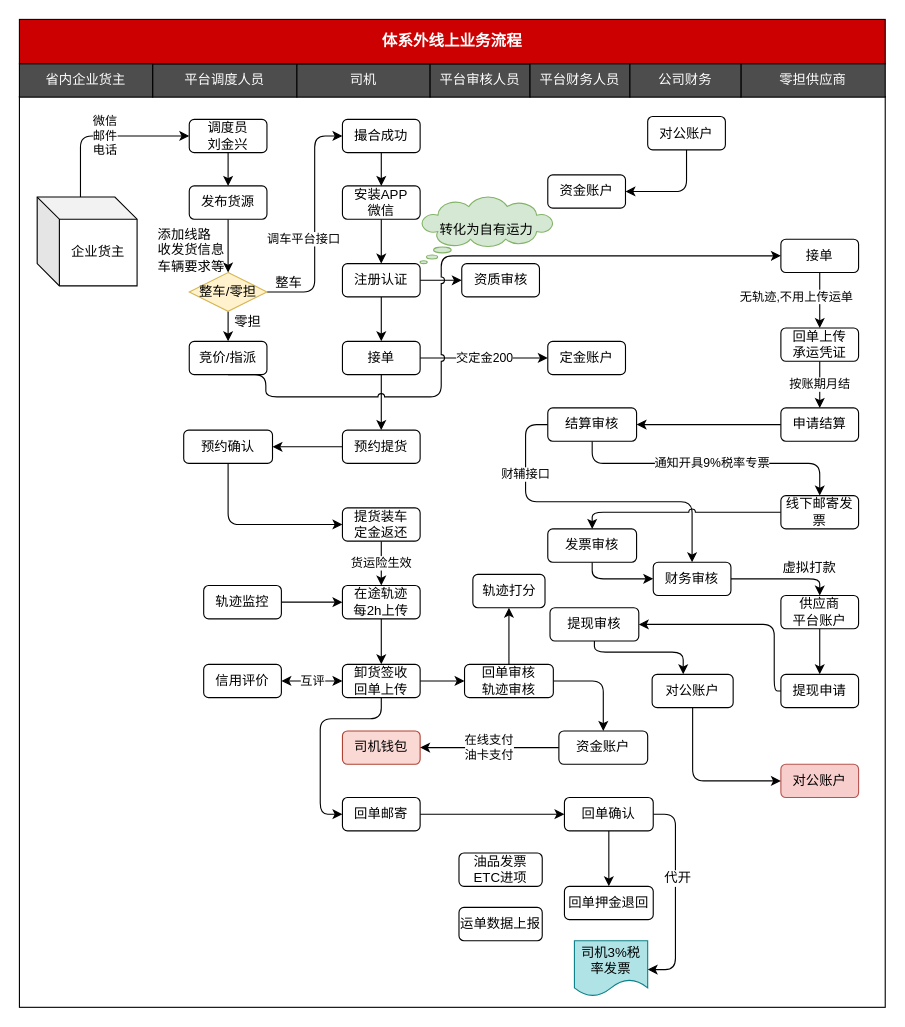
chenyibang/rdpwrap keeps this draw.io diagram as 体系外线上业务流程.drawio. Above is the earlier version. Source tidied: cells renumbered, new cells numbered last; positions are measured from the earlier drawing's top-left corner, leaving out a move shared by most shapes. Both pictures are drawn from the tidied source at 111%, with x=0, y=0 at pixel (19, 19).
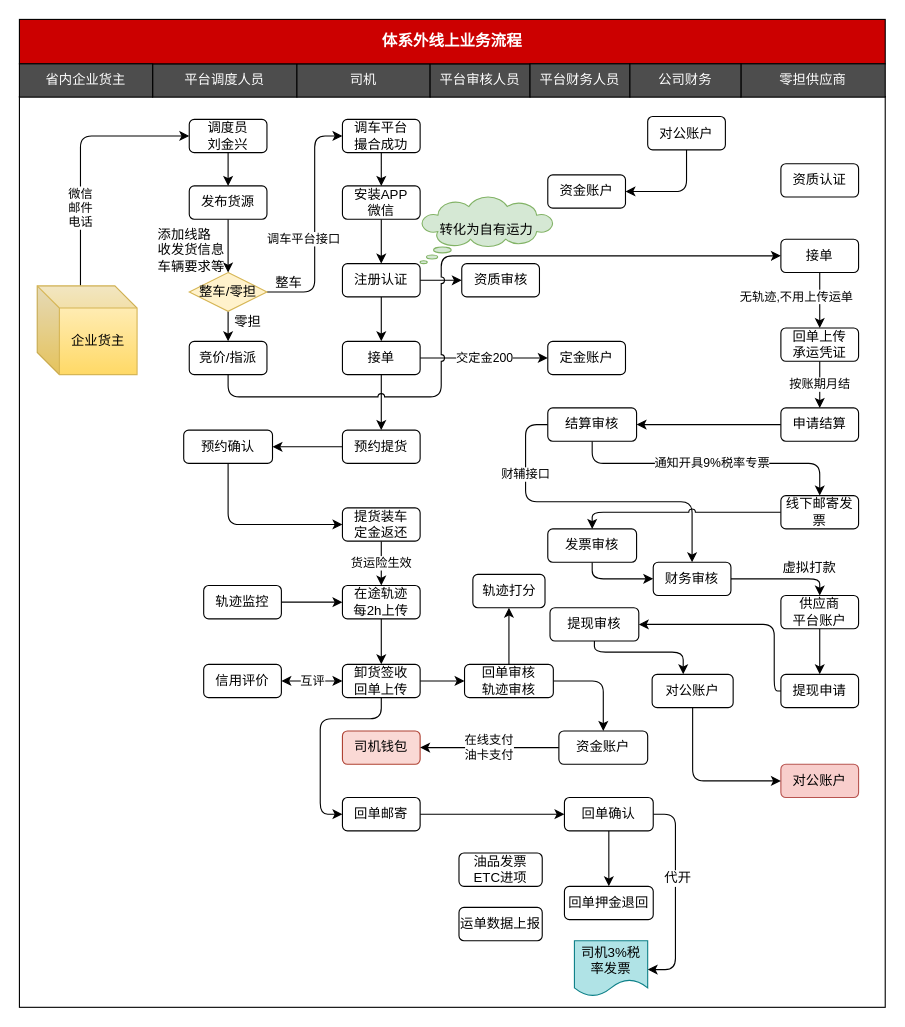
Above is the later version.

Commit message:
更新体系外线上业务流程.drawio

Unchanged cells that the change refers to:
```xml
<mxCell id="10" value="调度员&lt;br&gt;刘金兴" style="rounded=1;whiteSpace=wrap;html=1;" parent="1" vertex="1">
  <mxGeometry x="153" y="90" width="70" height="30" as="geometry" />
</mxCell>
<mxCell id="72" value="接单" style="rounded=1;whiteSpace=wrap;html=1;" parent="1" vertex="1">
  <mxGeometry x="686" y="198" width="70" height="30" as="geometry" />
</mxCell>
<mxCell id="76" value="竞价/指派" style="rounded=1;whiteSpace=wrap;html=1;" parent="1" vertex="1">
  <mxGeometry x="153" y="290" width="70" height="30" as="geometry" />
</mxCell>
```

The edit, as a diff of the source:
```diff
@@
-    <mxCell id="7" value="微信&lt;br&gt;邮件&lt;br&gt;电话" style="edgeStyle=orthogonalEdgeStyle;rounded=1;jumpStyle=arc;jettySize=auto;html=1;entryX=0;entryY=0.5;entryDx=0;entryDy=0;startArrow=none;startFill=0;endArrow=classic;endFill=1;" parent="1" edge="1" target="10">
-      <mxGeometry relative="1" as="geometry">
-        <mxPoint x="55" y="160" as="sourcePoint" />
+    <mxCell id="7" value="微信&lt;br&gt;邮件&lt;br&gt;电话" style="edgeStyle=orthogonalEdgeStyle;rounded=1;jumpStyle=arc;jettySize=auto;html=1;entryX=0;entryY=0.5;entryDx=0;entryDy=0;startArrow=none;startFill=0;endArrow=classic;endFill=1;" parent="1" edge="1" source="96" target="10">
+      <mxGeometry x="-0.4" relative="1" as="geometry">
         <Array as="points">
           <mxPoint x="55" y="105" />
         </Array>
       </mxGeometry>
     </mxCell>
@@
-    <mxCell id="19" value="撮合成功" style="rounded=1;whiteSpace=wrap;html=1;" parent="1" vertex="1">
+    <mxCell id="19" value="调车平台&lt;br&gt;撮合成功" style="rounded=1;whiteSpace=wrap;html=1;" parent="1" vertex="1">
       <mxGeometry x="291" y="90" width="70" height="30" as="geometry" />
     </mxCell>
@@
     <mxCell id="75" style="edgeStyle=orthogonalEdgeStyle;rounded=1;jumpStyle=arc;jettySize=auto;html=1;entryX=0;entryY=0.5;entryDx=0;entryDy=0;startArrow=none;startFill=0;exitX=0.5;exitY=1;exitDx=0;exitDy=0;" parent="1" edge="1" source="76" target="72">
       <mxGeometry relative="1" as="geometry">
         <Array as="points">
-          <mxPoint x="222" y="320" />
-          <mxPoint x="222" y="340" />
+          <mxPoint x="188" y="340" />
           <mxPoint x="380" y="340" />
           <mxPoint x="380" y="213" />
         </Array>
       </mxGeometry>
     </mxCell>
@@
-    <mxCell id="96" value="企业货主" style="shape=cube;whiteSpace=wrap;html=1;boundedLbl=1;backgroundOutline=1;darkOpacity=0.05;darkOpacity2=0.1;strokeColor=#000000;fillColor=none;" parent="1" vertex="1">
-      <mxGeometry x="16" y="160" width="90" height="80" as="geometry" />
+    <mxCell id="96" value="企业货主" style="shape=cube;whiteSpace=wrap;html=1;boundedLbl=1;backgroundOutline=1;darkOpacity=0.05;darkOpacity2=0.1;strokeColor=#d6b656;fillColor=#fff2cc;gradientColor=#ffd966;" parent="1" vertex="1">
+      <mxGeometry x="16" y="240" width="90" height="80" as="geometry" />
     </mxCell>
@@
+    <mxCell id="99" value="资质认证" style="rounded=1;whiteSpace=wrap;html=1;" parent="1" vertex="1">
+      <mxGeometry x="686" y="130" width="70" height="30" as="geometry" />
+    </mxCell>
```
